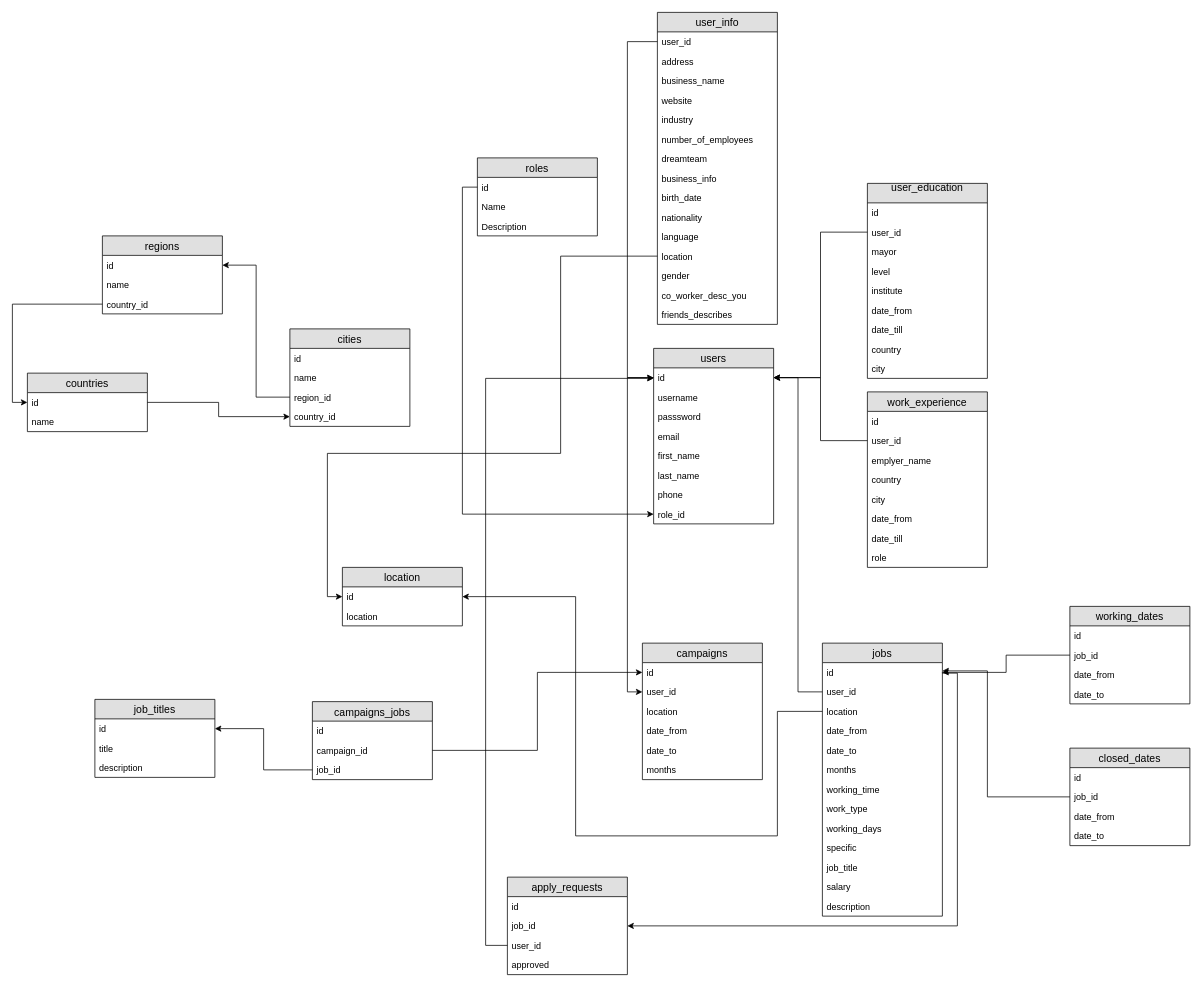
Above: Untitled Diagram.drawio in alenmaric/diagrams (draw.io), before the change. Source tidied: cells renumbered, new cells numbered last; positions are measured from the earlier drawing's top-left corner, leaving out a move shared by most shapes. Both pictures are drawn from the tidied source at 75%, with x=0, y=0 at pixel (27, 12).
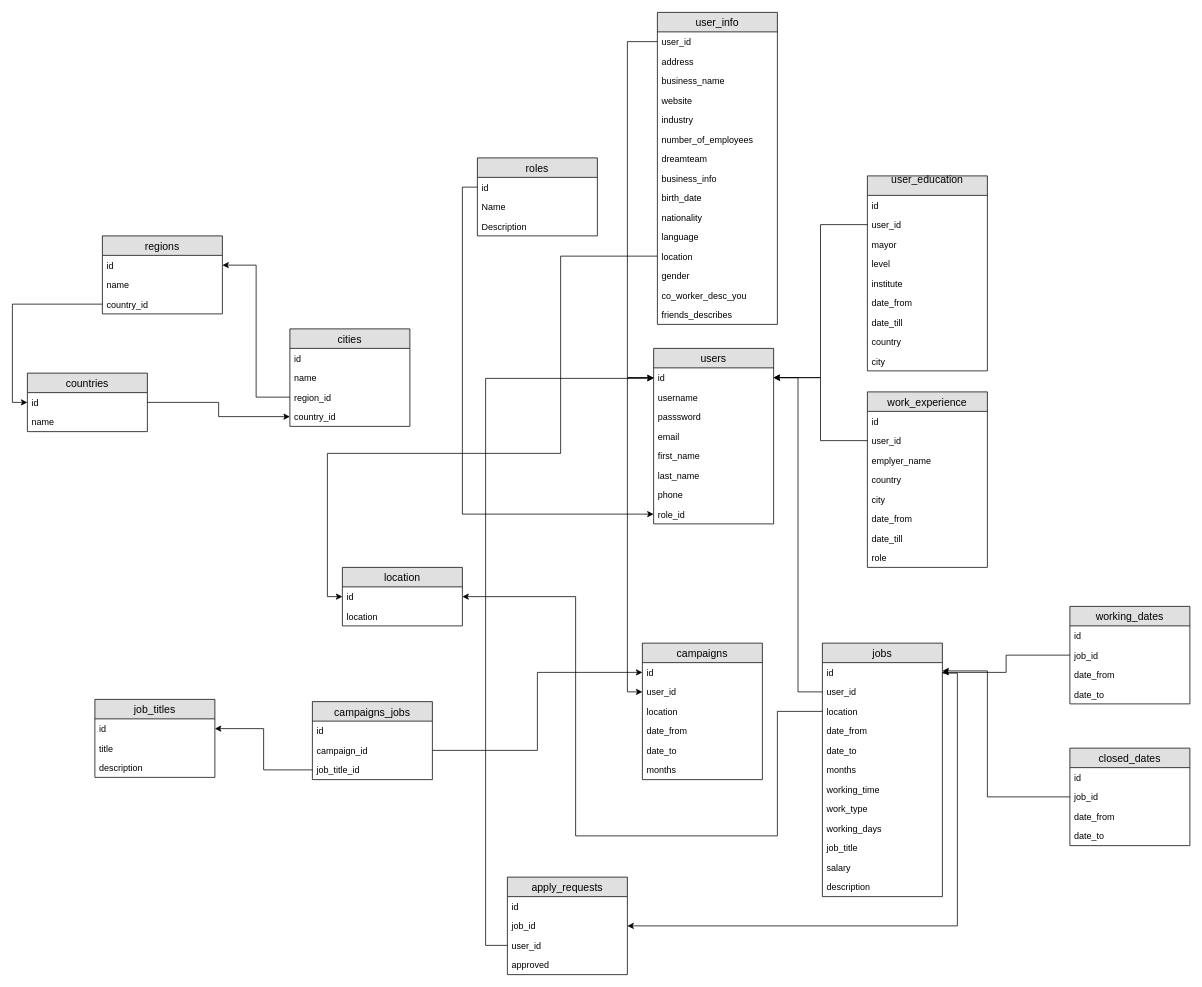
Above is the later version.

The change refers to these unchanged cells:
```xml
<mxCell id="65" value="campaigns_jobs" style="swimlane;fontStyle=0;horizontal=1;startSize=26;fillColor=#e0e0e0;swimlaneFillColor=#ffffff;align=center;fontSize=14;" parent="1" vertex="1">
  <mxGeometry x="380" y="919" width="160" height="104" as="geometry" />
</mxCell>
```

The edit, as a diff of the source:
```diff
@@
     <mxCell id="32" value="user_education&#10;" style="swimlane;fontStyle=0;horizontal=1;startSize=26;fillColor=#e0e0e0;swimlaneFillColor=#ffffff;align=center;fontSize=14;" parent="1" vertex="1">
-      <mxGeometry x="1120" y="228" width="160" height="260" as="geometry" />
+      <mxGeometry x="1120" y="218" width="160" height="260" as="geometry" />
     </mxCell>
@@
-    <mxCell id="68" value="job_id" style="text;strokeColor=none;fillColor=none;spacingLeft=4;spacingRight=4;overflow=hidden;points=[[0,0.5],[1,0.5]];portConstraint=eastwest;fontSize=12;" parent="65" vertex="1">
+    <mxCell id="68" value="job_title_id" style="text;strokeColor=none;fillColor=none;spacingLeft=4;spacingRight=4;overflow=hidden;points=[[0,0.5],[1,0.5]];portConstraint=eastwest;fontSize=12;" parent="65" vertex="1">
       <mxGeometry y="78" width="160" height="26" as="geometry" />
     </mxCell>
@@
     <mxCell id="72" value="jobs" style="swimlane;fontStyle=0;horizontal=1;startSize=26;fillColor=#e0e0e0;swimlaneFillColor=#ffffff;align=center;fontSize=14;" parent="1" vertex="1">
-      <mxGeometry x="1060" y="841" width="160" height="364" as="geometry" />
+      <mxGeometry x="1060" y="841" width="160" height="338" as="geometry" />
     </mxCell>
@@
-    <mxCell id="82" value="specific" style="text;strokeColor=none;fillColor=none;spacingLeft=4;spacingRight=4;overflow=hidden;fontSize=12;" parent="72" vertex="1">
-      <mxGeometry y="260" width="160" height="26" as="geometry" />
-    </mxCell>
     <mxCell id="83" value="job_title" style="text;strokeColor=none;fillColor=none;spacingLeft=4;spacingRight=4;overflow=hidden;fontSize=12;" parent="72" vertex="1">
-      <mxGeometry y="286" width="160" height="26" as="geometry" />
+      <mxGeometry y="260" width="160" height="26" as="geometry" />
     </mxCell>
     <mxCell id="84" value="salary" style="text;strokeColor=none;fillColor=none;spacingLeft=4;spacingRight=4;overflow=hidden;fontSize=12;" parent="72" vertex="1">
-      <mxGeometry y="312" width="160" height="26" as="geometry" />
+      <mxGeometry y="286" width="160" height="26" as="geometry" />
     </mxCell>
     <mxCell id="85" value="description" style="text;strokeColor=none;fillColor=none;spacingLeft=4;spacingRight=4;overflow=hidden;fontSize=12;" parent="72" vertex="1">
-      <mxGeometry y="338" width="160" height="26" as="geometry" />
+      <mxGeometry y="312" width="160" height="26" as="geometry" />
     </mxCell>
```
